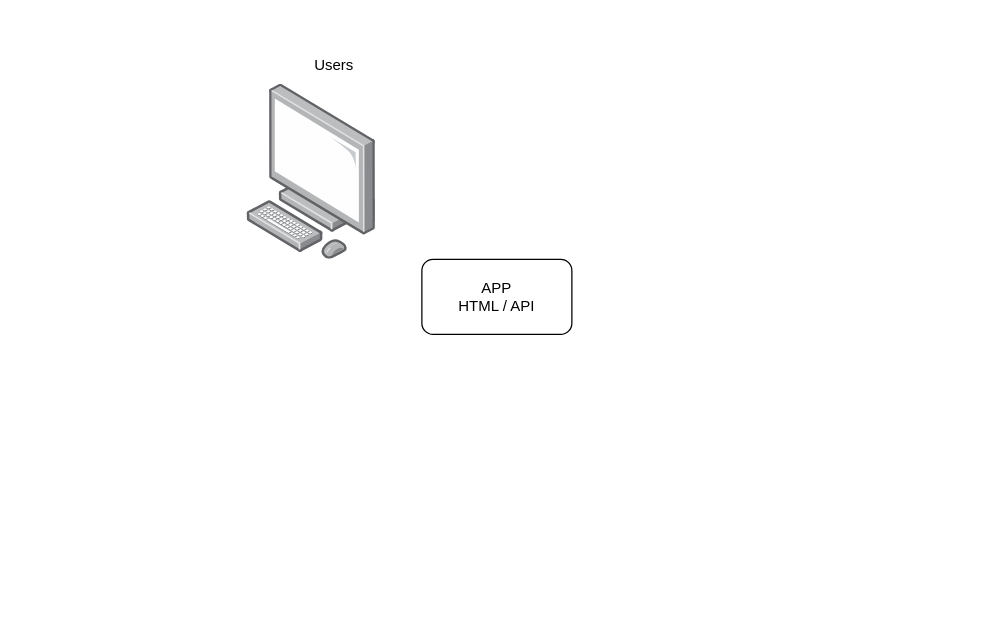
antikkorps/security_flow keeps this draw.io diagram as security_flow.drawio. Above is the earlier version. Source tidied: cells renumbered, new cells numbered last; positions are measured from the earlier drawing's top-left corner, leaving out a move shared by most shapes. Both pictures are drawn from the tidied source at 125%, with x=0, y=0 at pixel (246, 46).
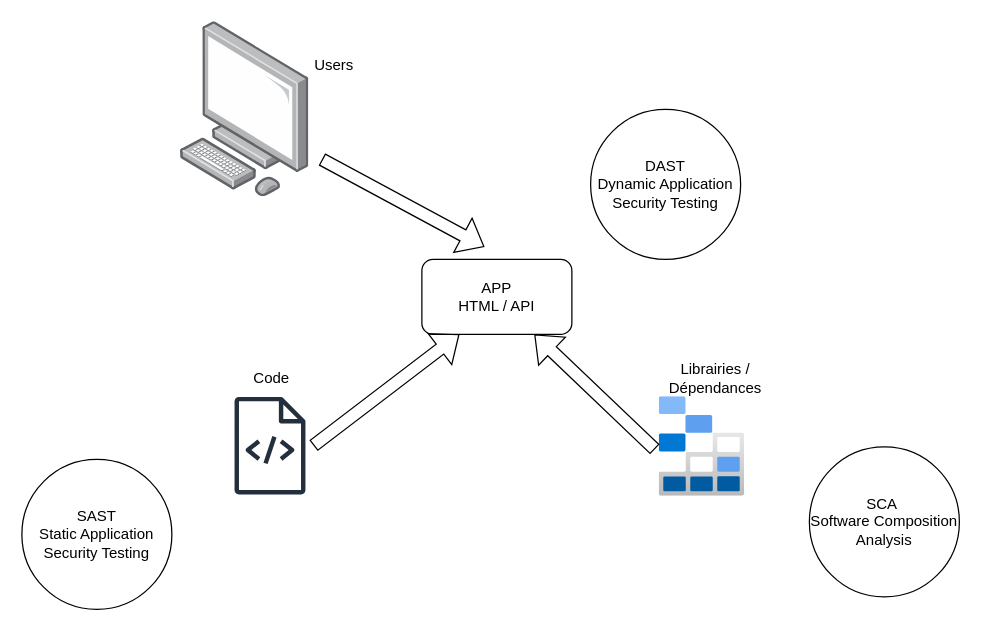
The same page after the edit.

Commit message (it also covers changes not shown here):
Mettre à jour security_flow.drawio

What changed in the source:
```diff
@@
 <mxGraphModel>
   <root>
     <mxCell id="0" />
     <mxCell id="1" parent="0" />
     <mxCell id="2" value="&lt;div&gt;APP&lt;/div&gt;HTML / API" style="rounded=1;whiteSpace=wrap;html=1;" parent="1" vertex="1">
       <mxGeometry x="140" y="170" width="120" height="60" as="geometry" />
     </mxCell>
     <mxCell id="3" style="image;html=1;align=center;shadow=0;dashed=0;image=img/lib/allied_telesis/computer_and_terminals/Personal_Computer.svg;" parent="1" vertex="1">
-      <mxGeometry y="30" width="103.3" height="140" as="geometry" />
+      <mxGeometry x="-53.3" y="-20" width="103.3" height="140" as="geometry" />
     </mxCell>
     <mxCell id="4" value="Users" style="text;html=1;whiteSpace=wrap;strokeColor=none;fillColor=none;align=center;verticalAlign=middle;rounded=0;" parent="1" vertex="1">
       <mxGeometry x="10" width="120" height="30" as="geometry" />
     </mxCell>
+    <mxCell id="5" style="sketch=0;fontColor=#232F3E;gradientColor=none;fillColor=#232F3D;strokeColor=none;dashed=0;verticalLabelPosition=bottom;verticalAlign=top;align=center;html=1;fontSize=12;fontStyle=0;shape=mxgraph.aws4.source_code;" parent="1" vertex="1">
+      <mxGeometry x="-10" y="280" width="57" height="78" as="geometry" />
+    </mxCell>
+    <mxCell id="6" value="Code" style="text;html=1;whiteSpace=wrap;strokeColor=none;fillColor=none;align=center;verticalAlign=middle;rounded=0;" parent="1" vertex="1">
+      <mxGeometry x="-10" y="250" width="60" height="30" as="geometry" />
+    </mxCell>
+    <mxCell id="7" style="image;html=1;points=[];align=center;fontSize=12;image=img/lib/azure2/storage/Storage_Explorer.svg;" parent="1" vertex="1">
+      <mxGeometry x="330" y="280" width="68.4" height="79.6" as="geometry" />
+    </mxCell>
+    <mxCell id="8" value="Librairies / Dépendances" style="text;html=1;whiteSpace=wrap;strokeColor=none;fillColor=none;align=center;verticalAlign=middle;rounded=0;" parent="1" vertex="1">
+      <mxGeometry x="310" y="250" width="130" height="30" as="geometry" />
+    </mxCell>
+    <mxCell id="9" style="shape=flexArrow;endArrow=classic;html=1;rounded=0;entryX=0.25;entryY=1;entryDx=0;entryDy=0;" parent="1" edge="1" target="2">
+      <mxGeometry relative="1" as="geometry">
+        <mxPoint x="53.3" y="319" as="sourcePoint" />
+      </mxGeometry>
+    </mxCell>
+    <mxCell id="10" style="shape=flexArrow;endArrow=classic;html=1;rounded=0;entryX=0.75;entryY=1;entryDx=0;entryDy=0;exitX=-0.053;exitY=0.527;exitDx=0;exitDy=0;exitPerimeter=0;" parent="1" edge="1" source="7" target="2">
+      <mxGeometry relative="1" as="geometry" />
+    </mxCell>
+    <mxCell id="11" style="shape=flexArrow;endArrow=classic;html=1;rounded=0;" parent="1" edge="1">
+      <mxGeometry relative="1" as="geometry">
+        <mxPoint x="60" y="90" as="sourcePoint" />
+        <mxPoint x="190" y="160" as="targetPoint" />
+      </mxGeometry>
+    </mxCell>
+    <mxCell id="12" value="SAST&lt;div&gt;Static Application Security Testing&lt;/div&gt;" style="ellipse;whiteSpace=wrap;html=1;" parent="1" vertex="1">
+      <mxGeometry x="-180" y="330" width="120" height="120" as="geometry" />
+    </mxCell>
+    <mxCell id="13" value="SCA&amp;nbsp;&lt;div&gt;Software Composition Analysis&lt;/div&gt;" style="ellipse;whiteSpace=wrap;html=1;" parent="1" vertex="1">
+      <mxGeometry x="450" y="320" width="120" height="120" as="geometry" />
+    </mxCell>
+    <mxCell id="14" value="DAST&lt;div&gt;Dynamic Application Security Testing&lt;/div&gt;" style="ellipse;whiteSpace=wrap;html=1;" parent="1" vertex="1">
+      <mxGeometry x="275" y="50" width="120" height="120" as="geometry" />
+    </mxCell>
   </root>
 </mxGraphModel>
```
